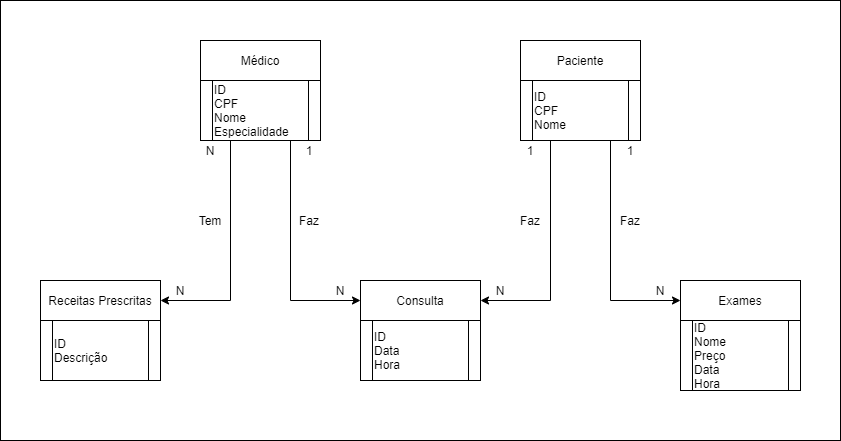
This is Entrega3Fluxo.png from GARClA/Entrega3, a draw.io export, as it was before one commit. Source tidied: cells renumbered, new cells last; positions are measured from the earlier drawing's top-left corner, leaving out a move shared by most shapes. Its diagram source:
```xml
<mxGraphModel>
  <root>
    <mxCell id="0" />
    <mxCell id="1" parent="0" />
    <mxCell id="2" style="rounded=0;whiteSpace=wrap;html=1;" parent="1" vertex="1">
      <mxGeometry width="840" height="440" as="geometry" />
    </mxCell>
    <mxCell id="3" value="Médico" style="rounded=0;whiteSpace=wrap;html=1;" parent="1" vertex="1">
      <mxGeometry x="200" y="40" width="120" height="40" as="geometry" />
    </mxCell>
    <mxCell id="4" value="Paciente" style="rounded=0;whiteSpace=wrap;html=1;" parent="1" vertex="1">
      <mxGeometry x="520" y="40" width="120" height="40" as="geometry" />
    </mxCell>
    <mxCell id="5" value="Consulta" style="rounded=0;whiteSpace=wrap;html=1;" parent="1" vertex="1">
      <mxGeometry x="360" y="280" width="120" height="40" as="geometry" />
    </mxCell>
    <mxCell id="6" value="Exames" style="rounded=0;whiteSpace=wrap;html=1;" parent="1" vertex="1">
      <mxGeometry x="680" y="280" width="120" height="40" as="geometry" />
    </mxCell>
    <mxCell id="7" value="Receitas Prescritas" style="rounded=0;whiteSpace=wrap;html=1;" parent="1" vertex="1">
      <mxGeometry x="40" y="280" width="120" height="40" as="geometry" />
    </mxCell>
    <mxCell id="8" value="1" style="text;html=1;strokeColor=none;fillColor=none;align=center;verticalAlign=middle;whiteSpace=wrap;rounded=0;" parent="1" vertex="1">
      <mxGeometry x="610" y="140" width="40" height="20" as="geometry" />
    </mxCell>
    <mxCell id="9" value="N" style="text;html=1;strokeColor=none;fillColor=none;align=center;verticalAlign=middle;whiteSpace=wrap;rounded=0;" parent="1" vertex="1">
      <mxGeometry x="640" y="280" width="40" height="20" as="geometry" />
    </mxCell>
    <mxCell id="10" value="Faz" style="text;html=1;strokeColor=none;fillColor=none;align=center;verticalAlign=middle;whiteSpace=wrap;rounded=0;" parent="1" vertex="1">
      <mxGeometry x="610" y="210" width="40" height="20" as="geometry" />
    </mxCell>
    <mxCell id="11" value="1" style="text;html=1;strokeColor=none;fillColor=none;align=center;verticalAlign=middle;whiteSpace=wrap;rounded=0;" parent="1" vertex="1">
      <mxGeometry x="289" y="140" width="40" height="20" as="geometry" />
    </mxCell>
    <mxCell id="12" value="N" style="text;html=1;strokeColor=none;fillColor=none;align=center;verticalAlign=middle;whiteSpace=wrap;rounded=0;" parent="1" vertex="1">
      <mxGeometry x="320" y="280" width="40" height="20" as="geometry" />
    </mxCell>
    <mxCell id="13" value="Faz" style="text;html=1;strokeColor=none;fillColor=none;align=center;verticalAlign=middle;whiteSpace=wrap;rounded=0;" parent="1" vertex="1">
      <mxGeometry x="289" y="210" width="40" height="20" as="geometry" />
    </mxCell>
    <mxCell id="14" value="N" style="text;html=1;strokeColor=none;fillColor=none;align=center;verticalAlign=middle;whiteSpace=wrap;rounded=0;" parent="1" vertex="1">
      <mxGeometry x="160" y="280" width="40" height="20" as="geometry" />
    </mxCell>
    <mxCell id="15" value="Tem" style="text;html=1;strokeColor=none;fillColor=none;align=center;verticalAlign=middle;whiteSpace=wrap;rounded=0;" parent="1" vertex="1">
      <mxGeometry x="190" y="210" width="40" height="20" as="geometry" />
    </mxCell>
    <mxCell id="16" value="ID&lt;br&gt;&lt;span&gt;Descrição&lt;/span&gt;" style="shape=process;whiteSpace=wrap;html=1;backgroundOutline=1;align=left;" parent="1" vertex="1">
      <mxGeometry x="40" y="320" width="120" height="60" as="geometry" />
    </mxCell>
    <mxCell id="17" value="ID&lt;br&gt;Data&lt;br&gt;Hora" style="shape=process;whiteSpace=wrap;html=1;backgroundOutline=1;align=left;" parent="1" vertex="1">
      <mxGeometry x="360" y="320" width="120" height="60" as="geometry" />
    </mxCell>
    <mxCell id="18" value="1" style="text;html=1;strokeColor=none;fillColor=none;align=center;verticalAlign=middle;whiteSpace=wrap;rounded=0;" parent="1" vertex="1">
      <mxGeometry x="510" y="140" width="40" height="20" as="geometry" />
    </mxCell>
    <mxCell id="19" value="Faz" style="text;html=1;strokeColor=none;fillColor=none;align=center;verticalAlign=middle;whiteSpace=wrap;rounded=0;" parent="1" vertex="1">
      <mxGeometry x="510" y="210" width="40" height="20" as="geometry" />
    </mxCell>
    <mxCell id="20" value="N" style="text;html=1;strokeColor=none;fillColor=none;align=center;verticalAlign=middle;whiteSpace=wrap;rounded=0;" parent="1" vertex="1">
      <mxGeometry x="480" y="280" width="40" height="20" as="geometry" />
    </mxCell>
    <mxCell id="21" value="ID&lt;br&gt;Nome&lt;br&gt;Preço&lt;br&gt;Data&lt;br&gt;Hora" style="shape=process;whiteSpace=wrap;html=1;backgroundOutline=1;align=left;" parent="1" vertex="1">
      <mxGeometry x="680" y="320" width="120" height="70" as="geometry" />
    </mxCell>
    <mxCell id="22" style="edgeStyle=orthogonalEdgeStyle;rounded=0;jettySize=auto;html=1;exitX=0.25;exitY=1;exitDx=0;exitDy=0;entryX=1;entryY=0.5;entryDx=0;entryDy=0;" parent="1" edge="1" source="24" target="7">
      <mxGeometry relative="1" as="geometry" />
    </mxCell>
    <mxCell id="23" style="edgeStyle=orthogonalEdgeStyle;rounded=0;jettySize=auto;html=1;exitX=0.75;exitY=1;exitDx=0;exitDy=0;entryX=0;entryY=0.5;entryDx=0;entryDy=0;" parent="1" edge="1" source="24" target="5">
      <mxGeometry relative="1" as="geometry" />
    </mxCell>
    <mxCell id="24" value="ID&lt;br&gt;CPF&lt;br&gt;Nome&lt;br&gt;Especialidade" style="shape=process;whiteSpace=wrap;html=1;backgroundOutline=1;align=left;" parent="1" vertex="1">
      <mxGeometry x="200" y="80" width="120" height="60" as="geometry" />
    </mxCell>
    <mxCell id="25" style="edgeStyle=orthogonalEdgeStyle;rounded=0;jettySize=auto;html=1;exitX=0.75;exitY=1;exitDx=0;exitDy=0;entryX=0;entryY=0.5;entryDx=0;entryDy=0;" parent="1" edge="1" source="27" target="6">
      <mxGeometry relative="1" as="geometry" />
    </mxCell>
    <mxCell id="26" style="edgeStyle=orthogonalEdgeStyle;rounded=0;jettySize=auto;html=1;exitX=0.25;exitY=1;exitDx=0;exitDy=0;entryX=1;entryY=0.5;entryDx=0;entryDy=0;" parent="1" edge="1" source="27" target="5">
      <mxGeometry relative="1" as="geometry" />
    </mxCell>
    <mxCell id="27" value="ID&lt;br&gt;CPF&lt;br&gt;Nome" style="shape=process;whiteSpace=wrap;html=1;backgroundOutline=1;align=left;" parent="1" vertex="1">
      <mxGeometry x="520" y="80" width="120" height="60" as="geometry" />
    </mxCell>
    <mxCell id="28" value="N" style="text;html=1;strokeColor=none;fillColor=none;align=center;verticalAlign=middle;whiteSpace=wrap;rounded=0;" parent="1" vertex="1">
      <mxGeometry x="190" y="140" width="40" height="20" as="geometry" />
    </mxCell>
  </root>
</mxGraphModel>
```
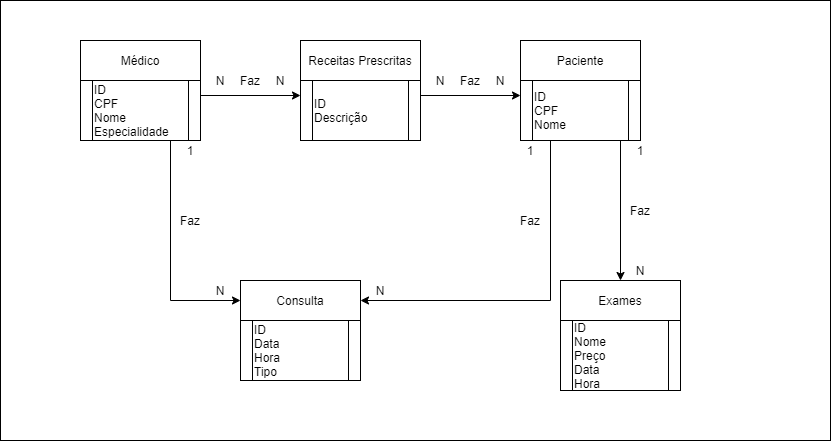
After the change.

What changed in the source:
```diff
@@ -3,52 +3,46 @@
     <mxCell id="0" />
     <mxCell id="1" parent="0" />
     <mxCell id="2" style="rounded=0;whiteSpace=wrap;html=1;" parent="1" vertex="1">
-      <mxGeometry width="840" height="440" as="geometry" />
+      <mxGeometry width="830" height="440" as="geometry" />
     </mxCell>
     <mxCell id="3" value="Médico" style="rounded=0;whiteSpace=wrap;html=1;" parent="1" vertex="1">
-      <mxGeometry x="200" y="40" width="120" height="40" as="geometry" />
+      <mxGeometry x="80" y="40" width="120" height="40" as="geometry" />
     </mxCell>
     <mxCell id="4" value="Paciente" style="rounded=0;whiteSpace=wrap;html=1;" parent="1" vertex="1">
       <mxGeometry x="520" y="40" width="120" height="40" as="geometry" />
     </mxCell>
     <mxCell id="5" value="Consulta" style="rounded=0;whiteSpace=wrap;html=1;" parent="1" vertex="1">
-      <mxGeometry x="360" y="280" width="120" height="40" as="geometry" />
+      <mxGeometry x="240" y="280" width="120" height="40" as="geometry" />
     </mxCell>
     <mxCell id="6" value="Exames" style="rounded=0;whiteSpace=wrap;html=1;" parent="1" vertex="1">
-      <mxGeometry x="680" y="280" width="120" height="40" as="geometry" />
+      <mxGeometry x="560" y="280" width="120" height="40" as="geometry" />
     </mxCell>
     <mxCell id="7" value="Receitas Prescritas" style="rounded=0;whiteSpace=wrap;html=1;" parent="1" vertex="1">
-      <mxGeometry x="40" y="280" width="120" height="40" as="geometry" />
+      <mxGeometry x="300" y="40" width="120" height="40" as="geometry" />
     </mxCell>
     <mxCell id="8" value="1" style="text;html=1;strokeColor=none;fillColor=none;align=center;verticalAlign=middle;whiteSpace=wrap;rounded=0;" parent="1" vertex="1">
-      <mxGeometry x="610" y="140" width="40" height="20" as="geometry" />
+      <mxGeometry x="620" y="140" width="40" height="20" as="geometry" />
     </mxCell>
-    <mxCell id="9" value="N" style="text;html=1;strokeColor=none;fillColor=none;align=center;verticalAlign=middle;whiteSpace=wrap;rounded=0;" parent="1" vertex="1">
-      <mxGeometry x="640" y="280" width="40" height="20" as="geometry" />
-    </mxCell>
     <mxCell id="10" value="Faz" style="text;html=1;strokeColor=none;fillColor=none;align=center;verticalAlign=middle;whiteSpace=wrap;rounded=0;" parent="1" vertex="1">
-      <mxGeometry x="610" y="210" width="40" height="20" as="geometry" />
+      <mxGeometry x="620" y="200" width="40" height="20" as="geometry" />
     </mxCell>
-    <mxCell id="11" value="1" style="text;html=1;strokeColor=none;fillColor=none;align=center;verticalAlign=middle;whiteSpace=wrap;rounded=0;" parent="1" vertex="1">
-      <mxGeometry x="289" y="140" width="40" height="20" as="geometry" />
-    </mxCell>
     <mxCell id="12" value="N" style="text;html=1;strokeColor=none;fillColor=none;align=center;verticalAlign=middle;whiteSpace=wrap;rounded=0;" parent="1" vertex="1">
-      <mxGeometry x="320" y="280" width="40" height="20" as="geometry" />
+      <mxGeometry x="200" y="280" width="40" height="20" as="geometry" />
     </mxCell>
     <mxCell id="13" value="Faz" style="text;html=1;strokeColor=none;fillColor=none;align=center;verticalAlign=middle;whiteSpace=wrap;rounded=0;" parent="1" vertex="1">
-      <mxGeometry x="289" y="210" width="40" height="20" as="geometry" />
+      <mxGeometry x="230" y="70" width="40" height="20" as="geometry" />
     </mxCell>
     <mxCell id="14" value="N" style="text;html=1;strokeColor=none;fillColor=none;align=center;verticalAlign=middle;whiteSpace=wrap;rounded=0;" parent="1" vertex="1">
-      <mxGeometry x="160" y="280" width="40" height="20" as="geometry" />
+      <mxGeometry x="260" y="70" width="40" height="20" as="geometry" />
     </mxCell>
-    <mxCell id="15" value="Tem" style="text;html=1;strokeColor=none;fillColor=none;align=center;verticalAlign=middle;whiteSpace=wrap;rounded=0;" parent="1" vertex="1">
-      <mxGeometry x="190" y="210" width="40" height="20" as="geometry" />
-    </mxCell>
+    <mxCell id="29" style="edgeStyle=orthogonalEdgeStyle;rounded=0;jettySize=auto;html=1;exitX=1;exitY=0.25;exitDx=0;exitDy=0;entryX=0;entryY=0.25;entryDx=0;entryDy=0;" parent="1" edge="1" source="16" target="27">
+      <mxGeometry relative="1" as="geometry" />
+    </mxCell>
     <mxCell id="16" value="ID&lt;br&gt;&lt;span&gt;Descrição&lt;/span&gt;" style="shape=process;whiteSpace=wrap;html=1;backgroundOutline=1;align=left;" parent="1" vertex="1">
-      <mxGeometry x="40" y="320" width="120" height="60" as="geometry" />
+      <mxGeometry x="300" y="80" width="120" height="60" as="geometry" />
     </mxCell>
-    <mxCell id="17" value="ID&lt;br&gt;Data&lt;br&gt;Hora" style="shape=process;whiteSpace=wrap;html=1;backgroundOutline=1;align=left;" parent="1" vertex="1">
-      <mxGeometry x="360" y="320" width="120" height="60" as="geometry" />
+    <mxCell id="17" value="ID&lt;br&gt;Data&lt;br&gt;Hora&lt;br&gt;Tipo" style="shape=process;whiteSpace=wrap;html=1;backgroundOutline=1;align=left;" parent="1" vertex="1">
+      <mxGeometry x="240" y="320" width="120" height="60" as="geometry" />
     </mxCell>
     <mxCell id="18" value="1" style="text;html=1;strokeColor=none;fillColor=none;align=center;verticalAlign=middle;whiteSpace=wrap;rounded=0;" parent="1" vertex="1">
       <mxGeometry x="510" y="140" width="40" height="20" as="geometry" />
@@ -57,31 +51,53 @@
       <mxGeometry x="510" y="210" width="40" height="20" as="geometry" />
     </mxCell>
     <mxCell id="20" value="N" style="text;html=1;strokeColor=none;fillColor=none;align=center;verticalAlign=middle;whiteSpace=wrap;rounded=0;" parent="1" vertex="1">
-      <mxGeometry x="480" y="280" width="40" height="20" as="geometry" />
+      <mxGeometry x="360" y="280" width="40" height="20" as="geometry" />
     </mxCell>
     <mxCell id="21" value="ID&lt;br&gt;Nome&lt;br&gt;Preço&lt;br&gt;Data&lt;br&gt;Hora" style="shape=process;whiteSpace=wrap;html=1;backgroundOutline=1;align=left;" parent="1" vertex="1">
-      <mxGeometry x="680" y="320" width="120" height="70" as="geometry" />
+      <mxGeometry x="560" y="320" width="120" height="70" as="geometry" />
     </mxCell>
-    <mxCell id="22" style="edgeStyle=orthogonalEdgeStyle;rounded=0;jettySize=auto;html=1;exitX=0.25;exitY=1;exitDx=0;exitDy=0;entryX=1;entryY=0.5;entryDx=0;entryDy=0;" parent="1" edge="1" source="24" target="7">
-      <mxGeometry relative="1" as="geometry" />
-    </mxCell>
     <mxCell id="23" style="edgeStyle=orthogonalEdgeStyle;rounded=0;jettySize=auto;html=1;exitX=0.75;exitY=1;exitDx=0;exitDy=0;entryX=0;entryY=0.5;entryDx=0;entryDy=0;" parent="1" edge="1" source="24" target="5">
       <mxGeometry relative="1" as="geometry" />
     </mxCell>
+    <mxCell id="30" style="edgeStyle=orthogonalEdgeStyle;rounded=0;jettySize=auto;html=1;exitX=1;exitY=0.25;exitDx=0;exitDy=0;entryX=0;entryY=0.25;entryDx=0;entryDy=0;" parent="1" edge="1" source="24" target="16">
+      <mxGeometry relative="1" as="geometry" />
+    </mxCell>
     <mxCell id="24" value="ID&lt;br&gt;CPF&lt;br&gt;Nome&lt;br&gt;Especialidade" style="shape=process;whiteSpace=wrap;html=1;backgroundOutline=1;align=left;" parent="1" vertex="1">
-      <mxGeometry x="200" y="80" width="120" height="60" as="geometry" />
+      <mxGeometry x="80" y="80" width="120" height="60" as="geometry" />
     </mxCell>
+    <mxCell id="26" style="edgeStyle=orthogonalEdgeStyle;rounded=0;jettySize=auto;html=1;exitX=0.25;exitY=1;exitDx=0;exitDy=0;entryX=1;entryY=0.5;entryDx=0;entryDy=0;" parent="1" edge="1" source="27" target="5">
+      <mxGeometry relative="1" as="geometry" />
+    </mxCell>
-    <mxCell id="25" style="edgeStyle=orthogonalEdgeStyle;rounded=0;jettySize=auto;html=1;exitX=0.75;exitY=1;exitDx=0;exitDy=0;entryX=0;entryY=0.5;entryDx=0;entryDy=0;" parent="1" edge="1" source="27" target="6">
-      <mxGeometry relative="1" as="geometry" />
+    <mxCell id="25" style="edgeStyle=orthogonalEdgeStyle;rounded=0;jettySize=auto;html=1;exitX=0.75;exitY=1;exitDx=0;exitDy=0;entryX=0.5;entryY=0;entryDx=0;entryDy=0;" parent="1" edge="1" source="27" target="6">
+      <mxGeometry relative="1" as="geometry">
+        <Array as="points">
+          <mxPoint x="620" y="140" />
+        </Array>
+      </mxGeometry>
     </mxCell>
-    <mxCell id="26" style="edgeStyle=orthogonalEdgeStyle;rounded=0;jettySize=auto;html=1;exitX=0.25;exitY=1;exitDx=0;exitDy=0;entryX=1;entryY=0.5;entryDx=0;entryDy=0;" parent="1" edge="1" source="27" target="5">
-      <mxGeometry relative="1" as="geometry" />
-    </mxCell>
     <mxCell id="27" value="ID&lt;br&gt;CPF&lt;br&gt;Nome" style="shape=process;whiteSpace=wrap;html=1;backgroundOutline=1;align=left;" parent="1" vertex="1">
       <mxGeometry x="520" y="80" width="120" height="60" as="geometry" />
     </mxCell>
     <mxCell id="28" value="N" style="text;html=1;strokeColor=none;fillColor=none;align=center;verticalAlign=middle;whiteSpace=wrap;rounded=0;" parent="1" vertex="1">
-      <mxGeometry x="190" y="140" width="40" height="20" as="geometry" />
+      <mxGeometry x="200" y="70" width="40" height="20" as="geometry" />
     </mxCell>
+    <mxCell id="11" value="1" style="text;html=1;strokeColor=none;fillColor=none;align=center;verticalAlign=middle;whiteSpace=wrap;rounded=0;" parent="1" vertex="1">
+      <mxGeometry x="170" y="140" width="40" height="20" as="geometry" />
+    </mxCell>
+    <mxCell id="31" value="Faz" style="text;html=1;strokeColor=none;fillColor=none;align=center;verticalAlign=middle;whiteSpace=wrap;rounded=0;" parent="1" vertex="1">
+      <mxGeometry x="170" y="210" width="40" height="20" as="geometry" />
+    </mxCell>
+    <mxCell id="32" value="N" style="text;html=1;strokeColor=none;fillColor=none;align=center;verticalAlign=middle;whiteSpace=wrap;rounded=0;" parent="1" vertex="1">
+      <mxGeometry x="420" y="70" width="40" height="20" as="geometry" />
+    </mxCell>
+    <mxCell id="33" value="N" style="text;html=1;strokeColor=none;fillColor=none;align=center;verticalAlign=middle;whiteSpace=wrap;rounded=0;" parent="1" vertex="1">
+      <mxGeometry x="480" y="70" width="40" height="20" as="geometry" />
+    </mxCell>
+    <mxCell id="34" value="Faz" style="text;html=1;strokeColor=none;fillColor=none;align=center;verticalAlign=middle;whiteSpace=wrap;rounded=0;" parent="1" vertex="1">
+      <mxGeometry x="450" y="70" width="40" height="20" as="geometry" />
+    </mxCell>
+    <mxCell id="35" value="N" style="text;html=1;strokeColor=none;fillColor=none;align=center;verticalAlign=middle;whiteSpace=wrap;rounded=0;" parent="1" vertex="1">
+      <mxGeometry x="620" y="260" width="40" height="20" as="geometry" />
+    </mxCell>
   </root>
 </mxGraphModel>
```
